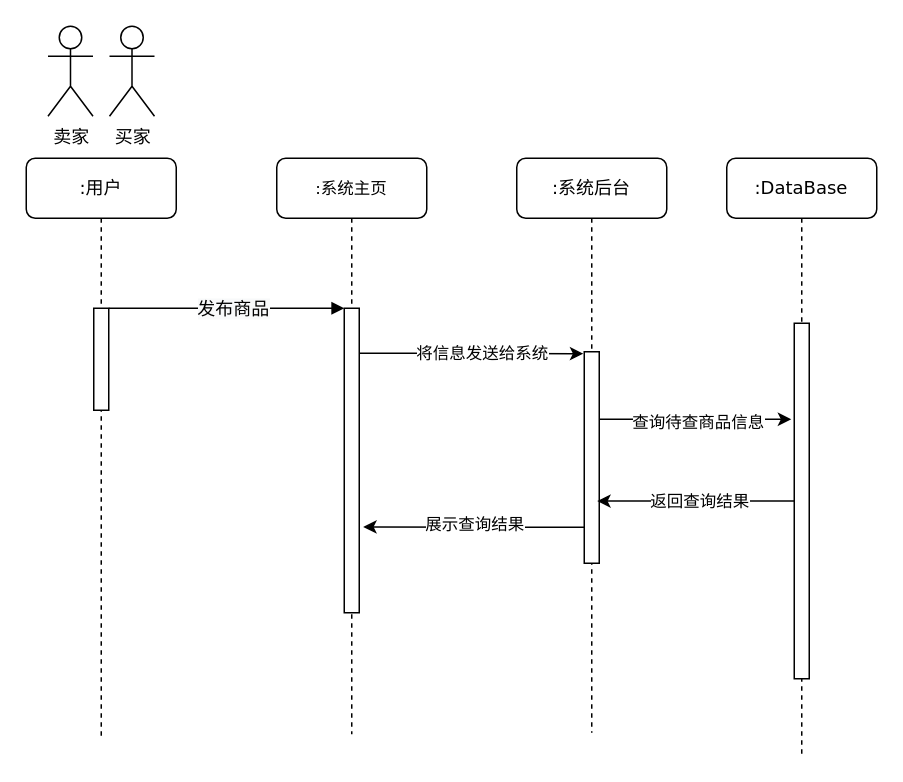
Earlier version of the draw.io diagram 商品审核顺序图.drawio (200928/image). Source tidied: cells renumbered, new cells numbered last; positions are measured from the earlier drawing's top-left corner, leaving out a move shared by most shapes. Both pictures are drawn from the tidied source at 150%, with x=0, y=0 at pixel (26, 26).
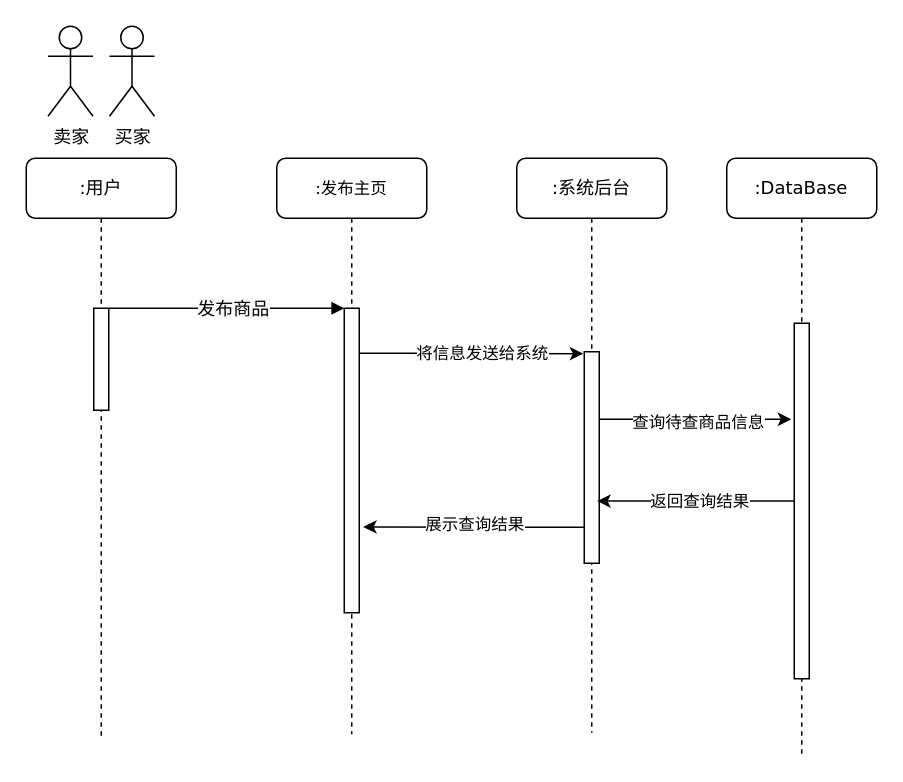
Above is the later version.

Commit message (it also covers changes not shown here):
更新商品审核顺序图.drawio

Change to the diagram source:
```diff
@@
-    <mxCell id="2" value="&lt;font style=&quot;font-size: 11px ; line-height: 1.2&quot;&gt;:系统主页&lt;/font&gt;" style="shape=umlLifeline;perimeter=lifelinePerimeter;whiteSpace=wrap;html=1;rounded=1;shadow=0;comic=0;labelBackgroundColor=none;strokeWidth=1;fontFamily=Verdana;fontSize=12;align=center;" parent="1" vertex="1">
+    <mxCell id="2" value="&lt;font style=&quot;font-size: 11px ; line-height: 1.2&quot;&gt;:发布主页&lt;/font&gt;" style="shape=umlLifeline;perimeter=lifelinePerimeter;whiteSpace=wrap;html=1;rounded=1;shadow=0;comic=0;labelBackgroundColor=none;strokeWidth=1;fontFamily=Verdana;fontSize=12;align=center;" parent="1" vertex="1">
       <mxGeometry x="167" y="88" width="100" height="384" as="geometry" />
     </mxCell>
```
